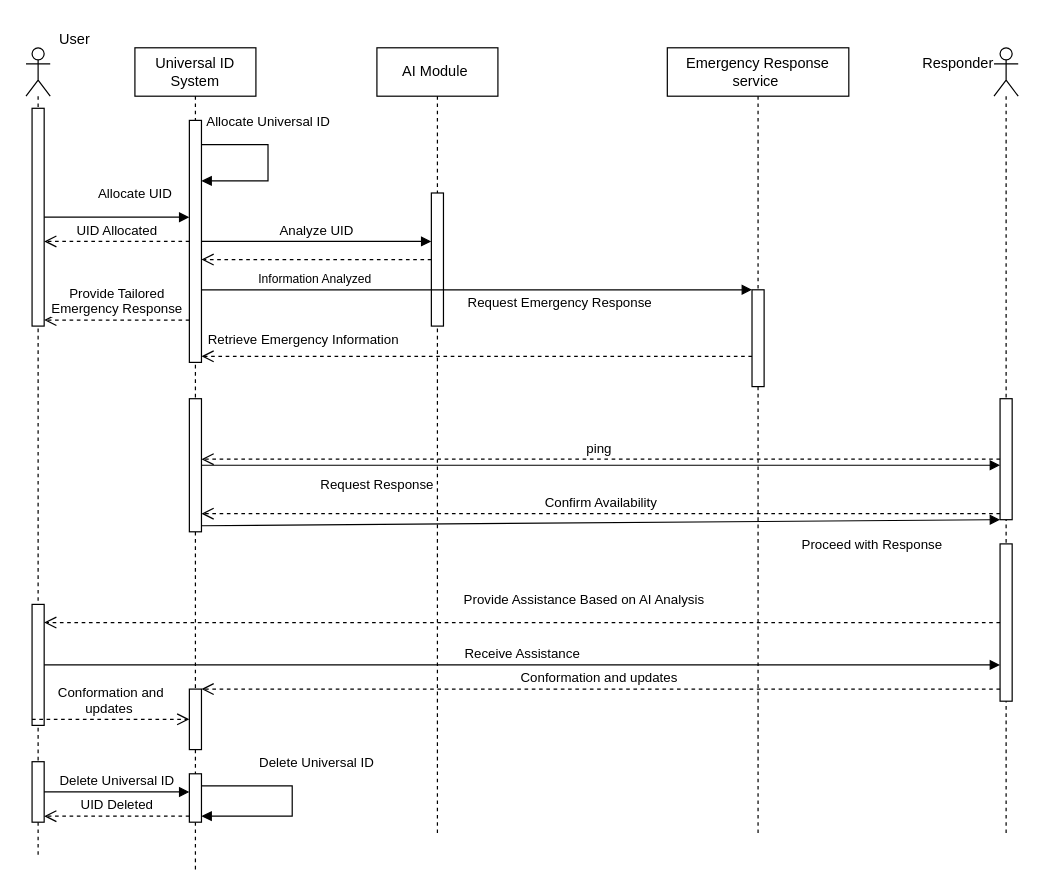
This is AI-Based Universal ID System for Global Response and Services with 6G Network submission.drawio from kbsha/private, a draw.io file, before an edit. Source tidied: cells renumbered, new cells numbered last; positions are measured from the earlier drawing's top-left corner, leaving out a move shared by most shapes. Both pictures are drawn from the tidied source at 121%, with x=0, y=0 at pixel (25, 21).
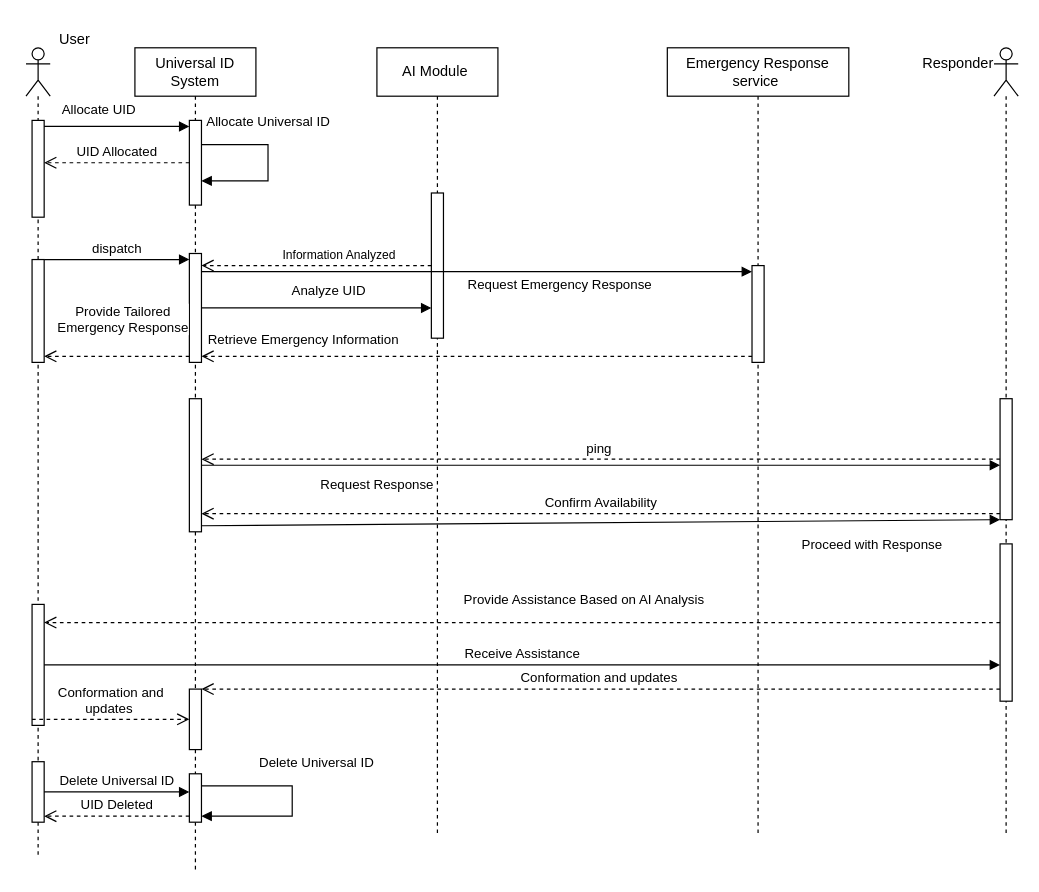
The same diagram, later.

The change refers to these unchanged cells:
```xml
<mxCell id="2" style="shape=umlLifeline;perimeter=lifelinePerimeter;whiteSpace=wrap;html=1;newEdgeStyle={&quot;curved&quot;:0,&quot;rounded&quot;:0};participant=umlActor;" parent="1" vertex="1">
  <mxGeometry y="22" width="20" height="670" as="geometry" />
</mxCell>
<mxCell id="9" value="Universal ID System" style="shape=umlLifeline;perimeter=lifelinePerimeter;whiteSpace=wrap;html=1;newEdgeStyle={&quot;curved&quot;:0,&quot;rounded&quot;:0};" parent="1" vertex="1">
  <mxGeometry x="90" y="22" width="100" height="680" as="geometry" />
</mxCell>
<mxCell id="18" value="AI Module&amp;nbsp;" style="shape=umlLifeline;perimeter=lifelinePerimeter;whiteSpace=wrap;html=1;newEdgeStyle={&quot;curved&quot;:0,&quot;rounded&quot;:0};" parent="1" vertex="1">
  <mxGeometry x="290" y="22" width="100" height="650" as="geometry" />
</mxCell>
<mxCell id="20" value="Emergency Response service&amp;nbsp;" style="shape=umlLifeline;perimeter=lifelinePerimeter;whiteSpace=wrap;html=1;newEdgeStyle={&quot;curved&quot;:0,&quot;rounded&quot;:0};" parent="1" vertex="1">
  <mxGeometry x="530" y="22" width="150" height="650" as="geometry" />
</mxCell>
```

What changed in the source:
```diff
@@
     <mxCell id="3" style="html=1;points=[[0,0,0,0,5],[0,1,0,0,-5],[1,0,0,0,5],[1,1,0,0,-5]];perimeter=orthogonalPerimeter;outlineConnect=0;targetShapes=umlLifeline;portConstraint=eastwest;newEdgeStyle={&quot;curved&quot;:0,&quot;rounded&quot;:0};" parent="2" vertex="1">
-      <mxGeometry x="5" y="50" width="10" height="180" as="geometry" />
+      <mxGeometry x="5" y="60" width="10" height="80" as="geometry" />
     </mxCell>
@@
+    <mxCell id="39" style="html=1;points=[[0,0,0,0,5],[0,1,0,0,-5],[1,0,0,0,5],[1,1,0,0,-5]];perimeter=orthogonalPerimeter;outlineConnect=0;targetShapes=umlLifeline;portConstraint=eastwest;newEdgeStyle={&quot;curved&quot;:0,&quot;rounded&quot;:0};" parent="2" vertex="1">
+      <mxGeometry x="5" y="175" width="10" height="85" as="geometry" />
+    </mxCell>
@@
     <mxCell id="10" style="html=1;points=[[0,0,0,0,5],[0,1,0,0,-5],[1,0,0,0,5],[1,1,0,0,-5]];perimeter=orthogonalPerimeter;outlineConnect=0;targetShapes=umlLifeline;portConstraint=eastwest;newEdgeStyle={&quot;curved&quot;:0,&quot;rounded&quot;:0};" parent="9" vertex="1">
-      <mxGeometry x="45" y="60" width="10" height="200" as="geometry" />
+      <mxGeometry x="45" y="170" width="10" height="90" as="geometry" />
     </mxCell>
-    <mxCell id="11" value="Allocate Universal ID" style="html=1;verticalAlign=bottom;endArrow=block;curved=0;rounded=0;" parent="9" edge="1" source="10" target="10">
+    <mxCell id="11" value="Allocate Universal ID" style="html=1;verticalAlign=bottom;endArrow=block;curved=0;rounded=0;" parent="9" edge="1" source="40" target="40">
       <mxGeometry x="-0.21" y="-10" relative="1" as="geometry">
         <Array as="points">
           <mxPoint x="110" y="80" />
           <mxPoint x="110" y="110" />
         </Array>
         <mxPoint x="10" y="-10" as="offset" />
       </mxGeometry>
     </mxCell>
@@
+    <mxCell id="40" style="html=1;points=[[0,0,0,0,5],[0,1,0,0,-5],[1,0,0,0,5],[1,1,0,0,-5]];perimeter=orthogonalPerimeter;outlineConnect=0;targetShapes=umlLifeline;portConstraint=eastwest;newEdgeStyle={&quot;curved&quot;:0,&quot;rounded&quot;:0};" parent="9" vertex="1">
+      <mxGeometry x="45" y="60" width="10" height="70" as="geometry" />
+    </mxCell>
-    <mxCell id="16" value="Allocate UID" style="html=1;verticalAlign=bottom;endArrow=block;curved=0;rounded=0;" parent="1" edge="1" source="3" target="10">
-      <mxGeometry x="0.25" y="10" relative="1" as="geometry" />
+    <mxCell id="16" value="Allocate UID" style="html=1;verticalAlign=bottom;endArrow=block;curved=0;rounded=0;entryX=0;entryY=0;entryDx=0;entryDy=5;entryPerimeter=0;" parent="1" edge="1" source="3" target="40">
+      <mxGeometry x="-0.25" y="5" relative="1" as="geometry" />
     </mxCell>
-    <mxCell id="17" value="UID Allocated" style="html=1;verticalAlign=bottom;endArrow=open;dashed=1;endSize=8;curved=0;rounded=0;" parent="1" edge="1" source="10" target="3">
+    <mxCell id="17" value="UID Allocated" style="html=1;verticalAlign=bottom;endArrow=open;dashed=1;endSize=8;curved=0;rounded=0;" parent="1" edge="1" source="40" target="3">
       <mxGeometry relative="1" as="geometry" />
     </mxCell>
@@
     <mxCell id="19" style="html=1;points=[[0,0,0,0,5],[0,1,0,0,-5],[1,0,0,0,5],[1,1,0,0,-5]];perimeter=orthogonalPerimeter;outlineConnect=0;targetShapes=umlLifeline;portConstraint=eastwest;newEdgeStyle={&quot;curved&quot;:0,&quot;rounded&quot;:0};" parent="18" vertex="1">
-      <mxGeometry x="45" y="120" width="10" height="110" as="geometry" />
+      <mxGeometry x="45" y="120" width="10" height="120" as="geometry" />
     </mxCell>
@@
     <mxCell id="21" style="html=1;points=[[0,0,0,0,5],[0,1,0,0,-5],[1,0,0,0,5],[1,1,0,0,-5]];perimeter=orthogonalPerimeter;outlineConnect=0;targetShapes=umlLifeline;portConstraint=eastwest;newEdgeStyle={&quot;curved&quot;:0,&quot;rounded&quot;:0};" parent="20" vertex="1">
-      <mxGeometry x="70" y="200" width="10" height="80" as="geometry" />
+      <mxGeometry x="70" y="180" width="10" height="80" as="geometry" />
     </mxCell>
@@
     <mxCell id="24" value="Analyze UID" style="html=1;verticalAlign=bottom;endArrow=block;curved=0;rounded=0;" parent="1" edge="1" source="10" target="19">
-      <mxGeometry relative="1" as="geometry" />
+      <mxGeometry x="0.11" y="5" relative="1" as="geometry" />
     </mxCell>
     <mxCell id="25" value="&lt;font style=&quot;font-size: 10px;&quot;&gt;Information Analyzed&amp;nbsp;&lt;/font&gt;" style="html=1;verticalAlign=bottom;endArrow=open;dashed=1;endSize=8;curved=0;rounded=0;" parent="1" edge="1" source="19" target="10">
-      <mxGeometry y="25" relative="1" as="geometry" />
+      <mxGeometry x="-0.21" relative="1" as="geometry" />
     </mxCell>
-    <mxCell id="26" value="Request Emergency Response" style="html=1;verticalAlign=bottom;endArrow=block;curved=0;rounded=0;" parent="1" edge="1" source="10" target="21">
+    <mxCell id="26" value="Request Emergency Response" style="html=1;verticalAlign=bottom;endArrow=block;curved=0;rounded=0;entryX=0;entryY=0;entryDx=0;entryDy=5;entryPerimeter=0;" parent="1" edge="1" source="10" target="21">
       <mxGeometry x="0.3" y="-20" relative="1" as="geometry" />
     </mxCell>
@@
-    <mxCell id="28" value="Provide Tailored &lt;br&gt;Emergency Response" style="html=1;verticalAlign=bottom;endArrow=open;dashed=1;endSize=8;curved=0;rounded=0;entryX=1;entryY=1;entryDx=0;entryDy=-5;entryPerimeter=0;" parent="1" edge="1" source="10" target="3">
-      <mxGeometry relative="1" as="geometry" />
+    <mxCell id="28" value="Provide Tailored &lt;br&gt;Emergency Response" style="html=1;verticalAlign=bottom;endArrow=open;dashed=1;endSize=8;curved=0;rounded=0;entryX=1;entryY=1;entryDx=0;entryDy=-5;entryPerimeter=0;exitX=0;exitY=1;exitDx=0;exitDy=-5;exitPerimeter=0;" parent="1" edge="1" source="10" target="39">
+      <mxGeometry x="-0.08" y="-15" relative="1" as="geometry" />
     </mxCell>
@@
+    <mxCell id="41" value="dispatch" style="html=1;verticalAlign=bottom;endArrow=block;curved=0;rounded=0;entryX=0;entryY=0;entryDx=0;entryDy=5;entryPerimeter=0;" parent="1" edge="1" source="39" target="10">
+      <mxGeometry relative="1" as="geometry" />
+    </mxCell>
```
